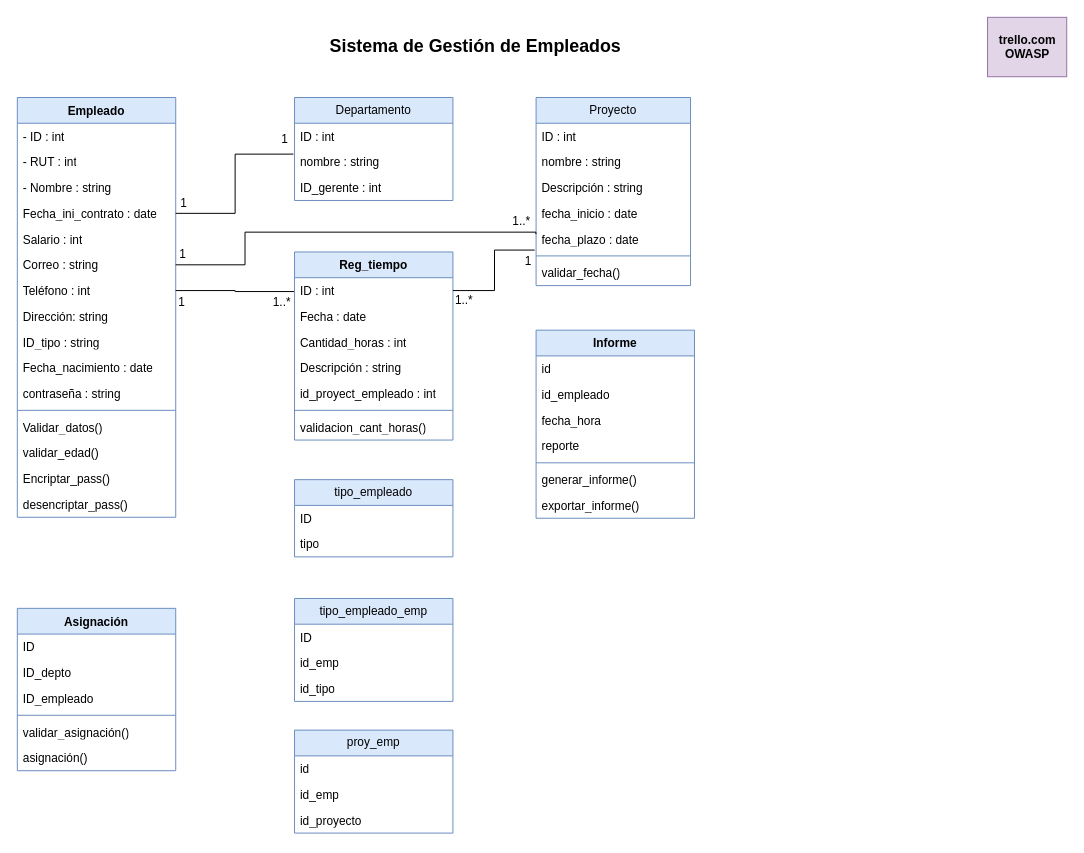
Wiccaos/Ev2 keeps this draw.io diagram as Empresa/ev1adad.drawio. Above is the earlier version. Source tidied: cells renumbered, new cells numbered last; positions are measured from the earlier drawing's top-left corner, leaving out a move shared by most shapes. Both pictures are drawn from the tidied source at 99%, with x=0, y=0 at pixel (17, 17).
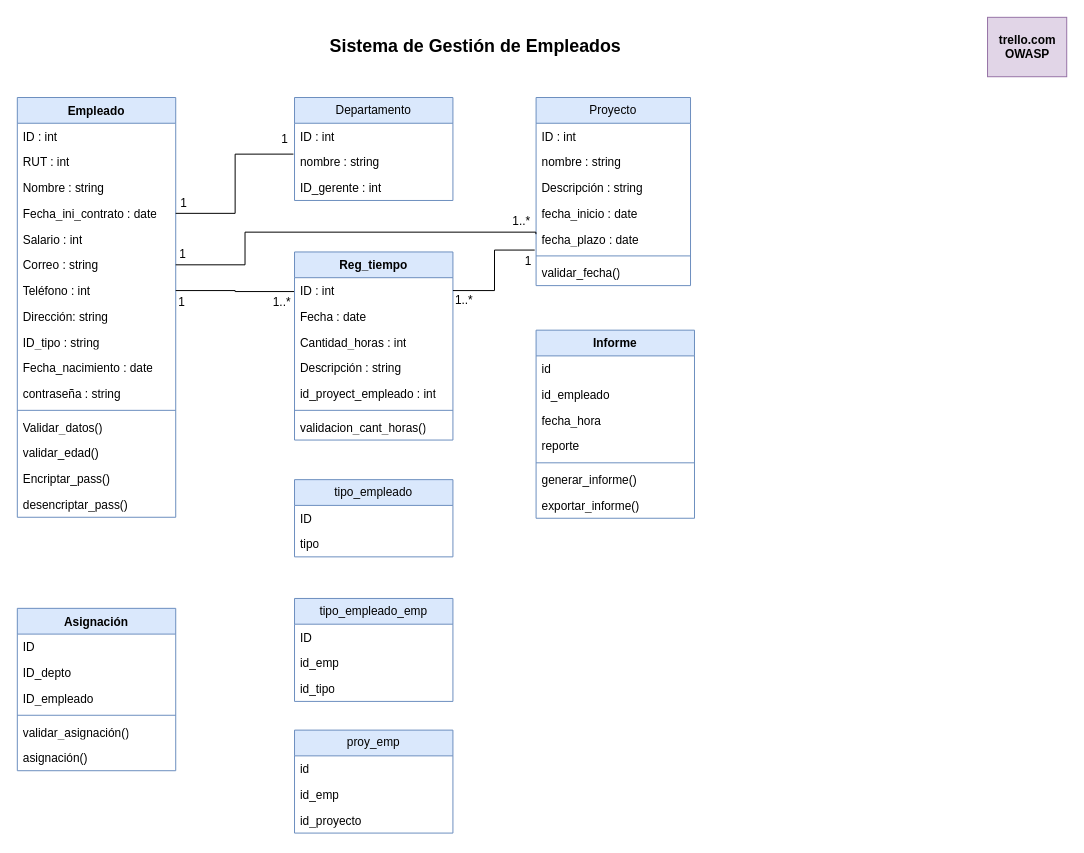
Above is the later version.

The change refers to these unchanged cells:
```xml
<mxCell id="6" value="Empleado" style="swimlane;fontStyle=1;align=center;verticalAlign=top;horizontal=1;startSize=26;whiteSpace=wrap;html=1;fillColor=#dae8fc;strokeColor=#6c8ebf;" parent="1" vertex="1">
  <mxGeometry y="81" width="160" height="424" as="geometry" />
</mxCell>
```

Change to the diagram source:
```diff
@@
-    <mxCell id="7" value="- ID : int" style="text;strokeColor=none;fillColor=none;align=left;verticalAlign=top;spacingLeft=4;spacingRight=4;overflow=hidden;whiteSpace=wrap;html=1;" parent="6" vertex="1">
+    <mxCell id="7" value="ID : int" style="text;strokeColor=none;fillColor=none;align=left;verticalAlign=top;spacingLeft=4;spacingRight=4;overflow=hidden;whiteSpace=wrap;html=1;" parent="6" vertex="1">
       <mxGeometry y="26" width="160" height="26" as="geometry" />
     </mxCell>
-    <mxCell id="8" value="- RUT : int" style="text;strokeColor=none;fillColor=none;align=left;verticalAlign=top;spacingLeft=4;spacingRight=4;overflow=hidden;whiteSpace=wrap;html=1;" parent="6" vertex="1">
+    <mxCell id="8" value="RUT : int" style="text;strokeColor=none;fillColor=none;align=left;verticalAlign=top;spacingLeft=4;spacingRight=4;overflow=hidden;whiteSpace=wrap;html=1;" parent="6" vertex="1">
       <mxGeometry y="52" width="160" height="26" as="geometry" />
     </mxCell>
-    <mxCell id="9" value="- Nombre : string" style="text;strokeColor=none;fillColor=none;align=left;verticalAlign=top;spacingLeft=4;spacingRight=4;overflow=hidden;whiteSpace=wrap;html=1;" parent="6" vertex="1">
+    <mxCell id="9" value="Nombre : string" style="text;strokeColor=none;fillColor=none;align=left;verticalAlign=top;spacingLeft=4;spacingRight=4;overflow=hidden;whiteSpace=wrap;html=1;" parent="6" vertex="1">
       <mxGeometry y="78" width="160" height="26" as="geometry" />
     </mxCell>
```
